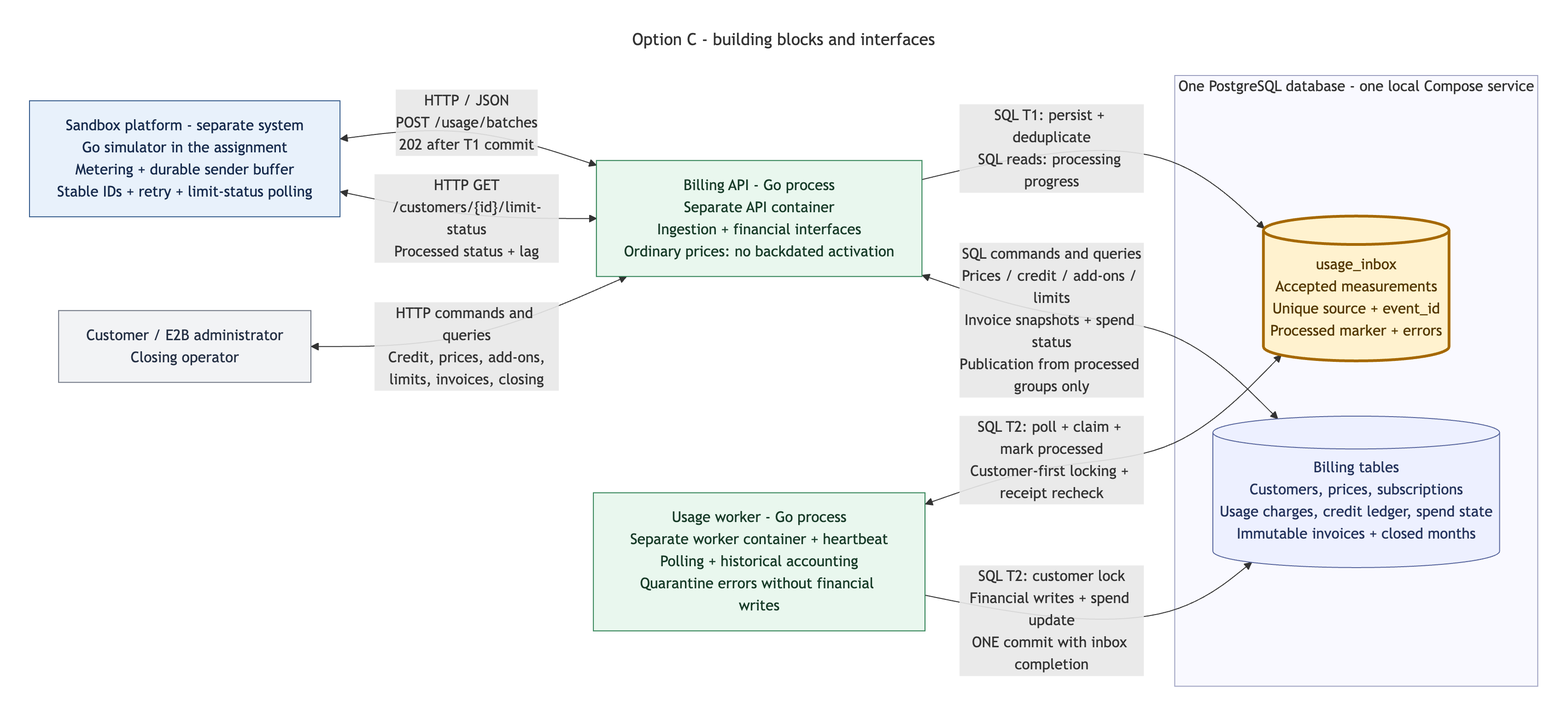
The Mermaid diagram docs/diagrams/option-c-components/option-c-components.png in pupitooo/e2b-billing-api, before a commit. Its source is kept beside it as docs/diagrams/option-c-components/option-c-components.mmd.
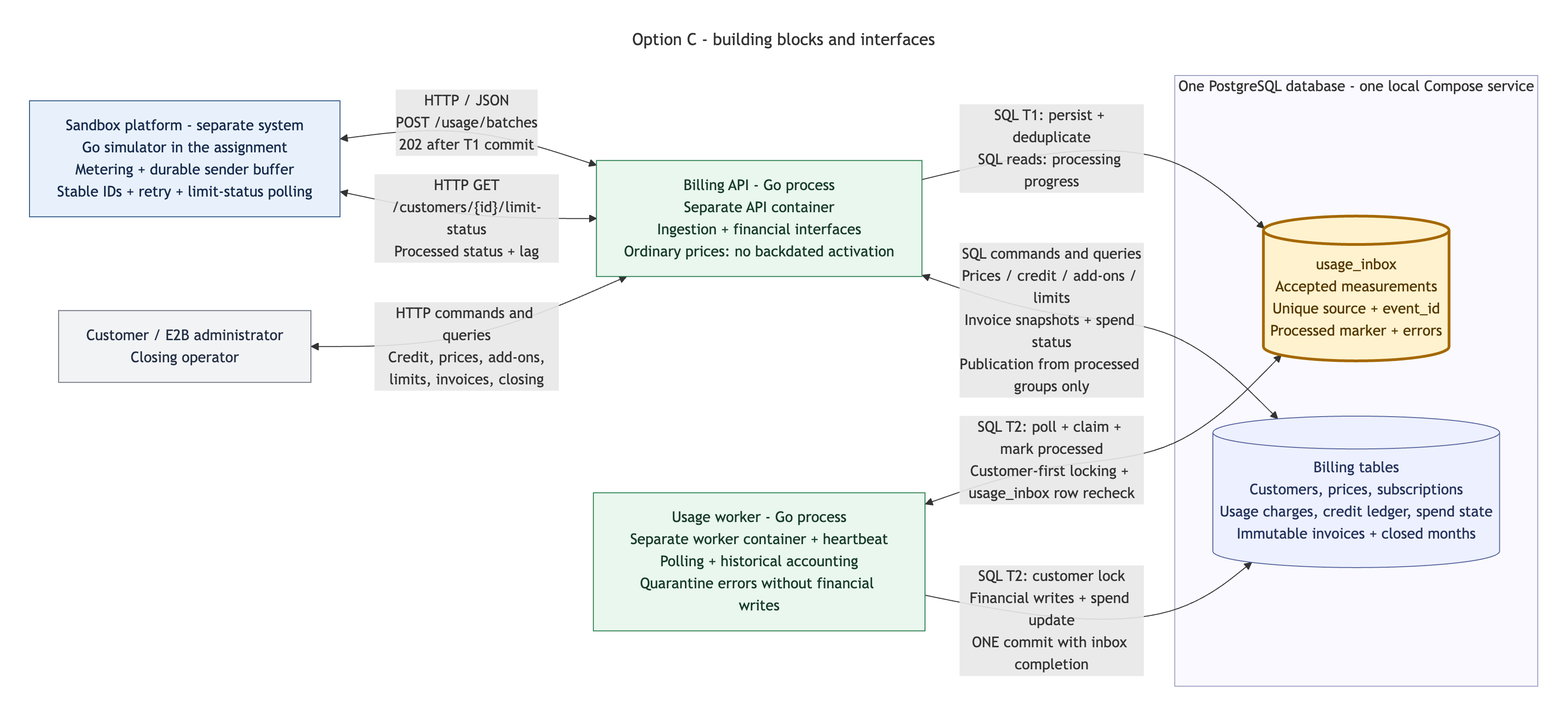
After the commit.

Change to the diagram source:
```diff
@@ -23,7 +23,7 @@
     callers <-->|"HTTP commands and queries<br/>Credit, prices, add-ons,<br/>limits, invoices, closing"| api
 
     api -->|"SQL T1: persist + deduplicate<br/>SQL reads: processing progress"| inbox
-    worker <-->|"SQL T2: poll + claim + mark processed<br/>Customer-first locking + receipt recheck"| inbox
+    worker <-->|"SQL T2: poll + claim + mark processed<br/>Customer-first locking + usage_inbox row recheck"| inbox
     worker -->|"SQL T2: customer lock<br/>Financial writes + spend update<br/>ONE commit with inbox completion"| accounting
     api <-->|"SQL commands and queries<br/>Prices / credit / add-ons / limits<br/>Invoice snapshots + spend status<br/>Publication from processed groups only"| accounting
 
```
